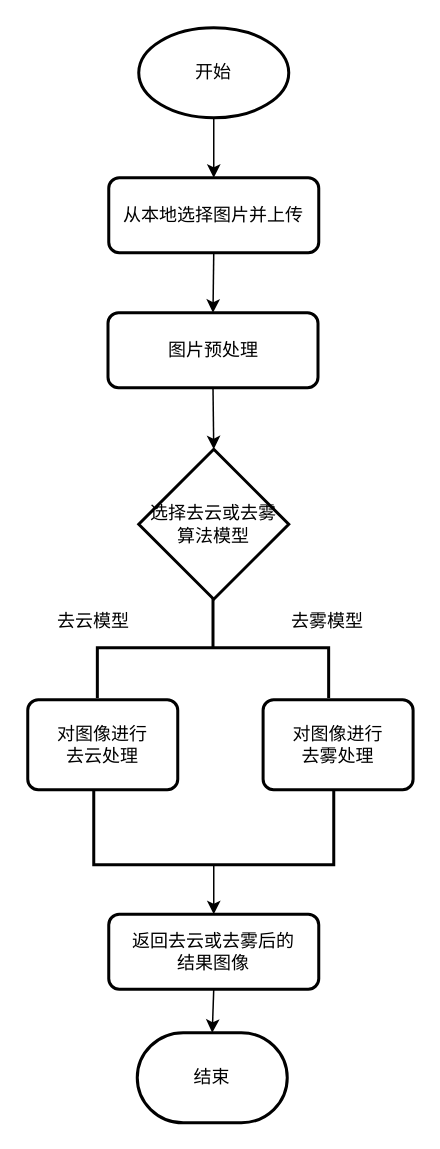
The draw.io diagram cloud_removal_software_copyright_application/flowchart.drawio in XavierJiezou/drawio, before the edit. Source tidied: cells renumbered, new cells numbered last; positions are measured from the earlier drawing's top-left corner, leaving out a move shared by most shapes. Both pictures are drawn from the tidied source at 150%, with x=0, y=0 at pixel (27, 27).
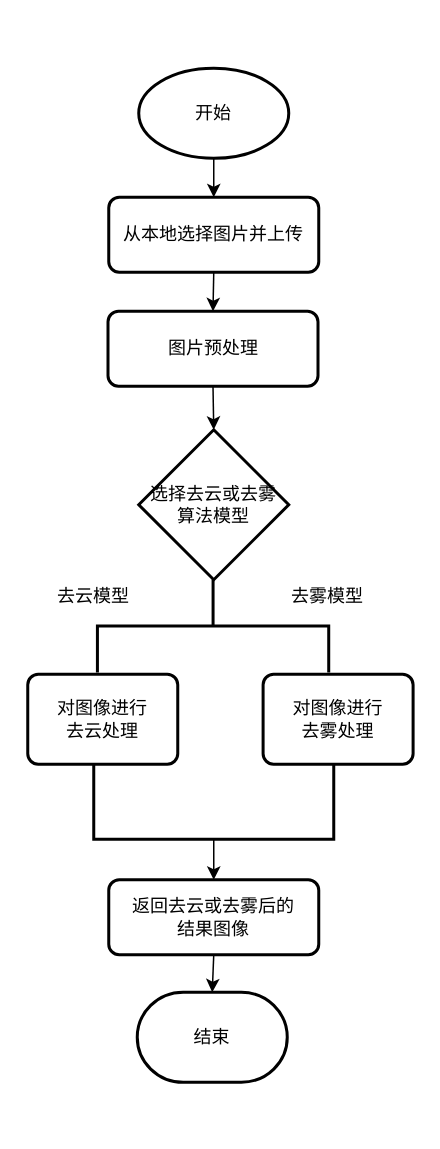
After the change.

Change to the diagram source:
```diff
@@
 <mxGraphModel>
   <root>
     <mxCell id="0" />
     <mxCell id="1" parent="0" />
     <mxCell id="2" style="edgeStyle=orthogonalEdgeStyle;rounded=0;jettySize=auto;html=1;exitX=0.5;exitY=1;exitDx=0;exitDy=0;exitPerimeter=0;entryX=0.5;entryY=0;entryDx=0;entryDy=0;" parent="1" edge="1" source="3" target="5">
       <mxGeometry relative="1" as="geometry" />
     </mxCell>
     <mxCell id="3" value="开始" style="strokeWidth=2;html=1;shape=mxgraph.flowchart.start_1;whiteSpace=wrap;" parent="1" vertex="1">
-      <mxGeometry x="74" width="100" height="60" as="geometry" />
+      <mxGeometry x="74" y="27" width="100" height="60" as="geometry" />
     </mxCell>
     <mxCell id="4" style="edgeStyle=none;rounded=0;jettySize=auto;html=1;exitX=0.5;exitY=1;exitDx=0;exitDy=0;entryX=0.5;entryY=0;entryDx=0;entryDy=0;" parent="1" edge="1" source="5" target="17">
       <mxGeometry relative="1" as="geometry" />
     </mxCell>
     <mxCell id="5" value="从本地选择图片并上传" style="rounded=1;whiteSpace=wrap;html=1;absoluteArcSize=1;arcSize=14;strokeWidth=2;" parent="1" vertex="1">
-      <mxGeometry x="54" y="100" width="140" height="50" as="geometry" />
+      <mxGeometry x="54" y="113" width="140" height="50" as="geometry" />
     </mxCell>
     <mxCell id="6" value="选择去云或去雾&lt;br&gt;算法模型" style="strokeWidth=2;html=1;shape=mxgraph.flowchart.decision;whiteSpace=wrap;" parent="1" vertex="1">
-      <mxGeometry x="74" y="281" width="100" height="100" as="geometry" />
+      <mxGeometry x="74" y="268" width="100" height="100" as="geometry" />
     </mxCell>
     <mxCell id="7" style="strokeWidth=2;html=1;shape=mxgraph.flowchart.annotation_2;align=left;labelPosition=right;rotation=90;" parent="1" vertex="1">
-      <mxGeometry x="90.1" y="336.3" width="66.8" height="154.2" as="geometry" />
+      <mxGeometry x="92.6" y="321.7" width="61.9" height="154.2" as="geometry" />
     </mxCell>
     <mxCell id="8" value="对图像进行&lt;br&gt;去云处理" style="rounded=1;whiteSpace=wrap;html=1;absoluteArcSize=1;arcSize=14;strokeWidth=2;" parent="1" vertex="1">
-      <mxGeometry y="448" width="100" height="60" as="geometry" />
+      <mxGeometry y="431" width="100" height="60" as="geometry" />
     </mxCell>
     <mxCell id="9" value="对图像进行&lt;br&gt;去雾处理" style="rounded=1;whiteSpace=wrap;html=1;absoluteArcSize=1;arcSize=14;strokeWidth=2;" parent="1" vertex="1">
-      <mxGeometry x="156.9" y="448" width="100" height="60" as="geometry" />
+      <mxGeometry x="156.9" y="431" width="100" height="60" as="geometry" />
     </mxCell>
     <mxCell id="10" value="去云模型" style="text;html=1;strokeColor=none;fillColor=none;align=center;verticalAlign=middle;whiteSpace=wrap;rounded=0;" parent="1" vertex="1">
-      <mxGeometry x="14" y="381" width="60" height="30" as="geometry" />
+      <mxGeometry x="14" y="364" width="60" height="30" as="geometry" />
     </mxCell>
     <mxCell id="11" value="去雾模型" style="text;html=1;strokeColor=none;fillColor=none;align=center;verticalAlign=middle;whiteSpace=wrap;rounded=0;" parent="1" vertex="1">
-      <mxGeometry x="170" y="381" width="60" height="30" as="geometry" />
+      <mxGeometry x="170" y="364" width="60" height="30" as="geometry" />
     </mxCell>
-    <mxCell id="12" style="edgeStyle=none;rounded=0;jettySize=auto;html=1;exitX=0;exitY=0.5;exitDx=0;exitDy=0;exitPerimeter=0;" parent="1" edge="1" source="13">
-      <mxGeometry relative="1" as="geometry">
-        <mxPoint x="124" y="591" as="targetPoint" />
-      </mxGeometry>
-    </mxCell>
+    <mxCell id="19" style="edgeStyle=none;rounded=0;jettySize=auto;html=1;exitX=0;exitY=0.5;exitDx=0;exitDy=0;exitPerimeter=0;entryX=0.5;entryY=0;entryDx=0;entryDy=0;" parent="1" edge="1" source="13" target="15">
+      <mxGeometry relative="1" as="geometry" />
+    </mxCell>
     <mxCell id="13" style="strokeWidth=2;html=1;shape=mxgraph.flowchart.annotation_1;align=left;rotation=-90;" parent="1" vertex="1">
-      <mxGeometry x="99" y="453" width="50" height="160" as="geometry" />
+      <mxGeometry x="99" y="436" width="50" height="160" as="geometry" />
     </mxCell>
     <mxCell id="14" style="edgeStyle=none;rounded=0;jettySize=auto;html=1;exitX=0.5;exitY=1;exitDx=0;exitDy=0;entryX=0.5;entryY=0;entryDx=0;entryDy=0;entryPerimeter=0;" parent="1" edge="1" source="15" target="18">
       <mxGeometry relative="1" as="geometry" />
     </mxCell>
     <mxCell id="15" value="返回去云或去雾后的&lt;br&gt;结果图像" style="rounded=1;whiteSpace=wrap;html=1;absoluteArcSize=1;arcSize=14;strokeWidth=2;" parent="1" vertex="1">
-      <mxGeometry x="54" y="591" width="140" height="50" as="geometry" />
+      <mxGeometry x="54" y="568" width="140" height="50" as="geometry" />
     </mxCell>
     <mxCell id="16" style="edgeStyle=none;rounded=0;jettySize=auto;html=1;exitX=0.5;exitY=1;exitDx=0;exitDy=0;entryX=0.5;entryY=0;entryDx=0;entryDy=0;entryPerimeter=0;" parent="1" edge="1" source="17" target="6">
       <mxGeometry relative="1" as="geometry" />
     </mxCell>
     <mxCell id="17" value="图片预处理" style="rounded=1;whiteSpace=wrap;html=1;absoluteArcSize=1;arcSize=14;strokeWidth=2;" parent="1" vertex="1">
-      <mxGeometry x="53.5" y="190" width="140" height="50" as="geometry" />
+      <mxGeometry x="53.5" y="189" width="140" height="50" as="geometry" />
     </mxCell>
     <mxCell id="18" value="结束" style="strokeWidth=2;html=1;shape=mxgraph.flowchart.terminator;whiteSpace=wrap;" parent="1" vertex="1">
-      <mxGeometry x="73" y="670" width="100" height="60" as="geometry" />
+      <mxGeometry x="73" y="643" width="100" height="60" as="geometry" />
     </mxCell>
   </root>
 </mxGraphModel>
```
